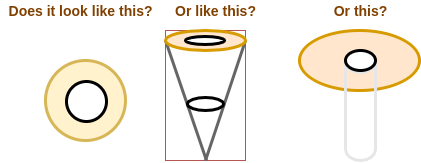
Earlier version of the draw.io export site/posts/img/qkab/above-below.png (jewelsofthought/neshama). Source tidied: cells renumbered, new cells last; positions are measured from the earlier drawing's top-left corner, leaving out a move shared by most shapes. Its diagram source:
```xml
<mxGraphModel>
  <root>
    <mxCell id="0" />
    <mxCell id="1" parent="0" />
    <mxCell id="2" style="ellipse;whiteSpace=wrap;html=1;strokeColor=#d79b00;strokeWidth=3;fillColor=#ffe6cc;" parent="1" vertex="1">
      <mxGeometry x="299" y="30" width="120" height="60" as="geometry" />
    </mxCell>
    <mxCell id="3" style="ellipse;whiteSpace=wrap;html=1;strokeWidth=3;fillColor=#fff2cc;strokeColor=#d6b656;" parent="1" vertex="1">
      <mxGeometry x="45" y="60" width="80" height="80" as="geometry" />
    </mxCell>
    <mxCell id="4" style="ellipse;whiteSpace=wrap;html=1;strokeWidth=3;" parent="1" vertex="1">
      <mxGeometry x="66" y="81" width="40" height="40" as="geometry" />
    </mxCell>
    <mxCell id="5" style="shape=cylinder3;whiteSpace=wrap;html=1;boundedLbl=1;backgroundOutline=1;size=11;strokeColor=#E6E6E6;strokeWidth=3;fillColor=none;" parent="1" vertex="1">
      <mxGeometry x="345" y="50" width="30" height="110" as="geometry" />
    </mxCell>
    <mxCell id="6" style="group;fillColor=none;strokeColor=#b85450;" parent="1" vertex="1">
      <mxGeometry x="165" y="30" width="80" height="130" as="geometry" />
    </mxCell>
    <mxCell id="7" style="ellipse;whiteSpace=wrap;html=1;strokeColor=#000000;strokeWidth=3;fillColor=default;" parent="1" vertex="1">
      <mxGeometry x="345" y="50" width="30" height="20" as="geometry" />
    </mxCell>
    <mxCell id="8" style="endArrow=none;html=1;strokeWidth=3;fillColor=#f5f5f5;strokeColor=#666666;" parent="1" edge="1">
      <mxGeometry x="160" y="60" as="geometry">
        <mxPoint x="245" y="40" as="sourcePoint" />
        <mxPoint x="205" y="160" as="targetPoint" />
      </mxGeometry>
    </mxCell>
    <mxCell id="9" style="endArrow=none;html=1;strokeWidth=3;fillColor=#f5f5f5;strokeColor=#666666;" parent="1" edge="1">
      <mxGeometry x="160" y="60" as="geometry">
        <mxPoint x="165" y="40" as="sourcePoint" />
        <mxPoint x="206" y="160" as="targetPoint" />
      </mxGeometry>
    </mxCell>
    <mxCell id="10" style="ellipse;whiteSpace=wrap;html=1;strokeWidth=3;fillColor=#ffe6cc;strokeColor=#d79b00;" parent="1" vertex="1">
      <mxGeometry x="165" y="30" width="80" height="20" as="geometry" />
    </mxCell>
    <mxCell id="11" style="ellipse;whiteSpace=wrap;html=1;strokeWidth=3;strokeColor=#000000;" parent="1" vertex="1">
      <mxGeometry x="187" y="97" width="36" height="13" as="geometry" />
    </mxCell>
    <mxCell id="12" style="ellipse;whiteSpace=wrap;html=1;strokeWidth=3;" parent="1" vertex="1">
      <mxGeometry x="185" y="36" width="39" height="8" as="geometry" />
    </mxCell>
    <mxCell id="13" value="Does it look like this?" style="text;html=1;align=center;verticalAlign=middle;strokeColor=none;fillColor=none;fontSize=14;fontColor=#804000;shadow=1;fontStyle=1;perimeterSpacing=0;" parent="1" vertex="1">
      <mxGeometry width="160" height="20" as="geometry" />
    </mxCell>
    <mxCell id="14" value="&lt;span style=&quot;background-color: rgb(255 , 255 , 255)&quot;&gt;Or like this?&lt;/span&gt;" style="text;html=1;align=center;verticalAlign=middle;strokeColor=none;fillColor=none;fontSize=14;fontColor=#804000;shadow=0;fontStyle=1;perimeterSpacing=0;" parent="1" vertex="1">
      <mxGeometry x="165" width="100" height="20" as="geometry" />
    </mxCell>
    <mxCell id="15" value="Or this?" style="text;html=1;align=center;verticalAlign=middle;strokeColor=none;fillColor=none;fontSize=14;fontColor=#804000;shadow=1;fontStyle=1;perimeterSpacing=0;" parent="1" vertex="1">
      <mxGeometry x="325" width="70" height="20" as="geometry" />
    </mxCell>
  </root>
</mxGraphModel>
```
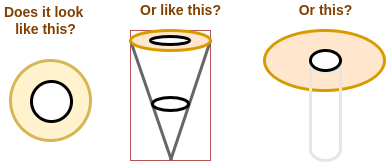
After the change.

Diff of the diagram source:
```diff
@@ -41,8 +41,8 @@
     <mxCell id="12" style="ellipse;whiteSpace=wrap;html=1;strokeWidth=3;" parent="1" vertex="1">
       <mxGeometry x="185" y="36" width="39" height="8" as="geometry" />
     </mxCell>
-    <mxCell id="13" value="Does it look like this?" style="text;html=1;align=center;verticalAlign=middle;strokeColor=none;fillColor=none;fontSize=14;fontColor=#804000;shadow=1;fontStyle=1;perimeterSpacing=0;" parent="1" vertex="1">
-      <mxGeometry width="160" height="20" as="geometry" />
+    <mxCell id="13" value="Does it look &lt;br&gt;like this?" style="text;html=1;align=center;verticalAlign=middle;strokeColor=none;fillColor=none;fontSize=14;fontColor=#804000;shadow=1;fontStyle=1;perimeterSpacing=0;" parent="1" vertex="1">
+      <mxGeometry x="35" width="90" height="40" as="geometry" />
     </mxCell>
     <mxCell id="14" value="&lt;span style=&quot;background-color: rgb(255 , 255 , 255)&quot;&gt;Or like this?&lt;/span&gt;" style="text;html=1;align=center;verticalAlign=middle;strokeColor=none;fillColor=none;fontSize=14;fontColor=#804000;shadow=0;fontStyle=1;perimeterSpacing=0;" parent="1" vertex="1">
       <mxGeometry x="165" width="100" height="20" as="geometry" />
```
